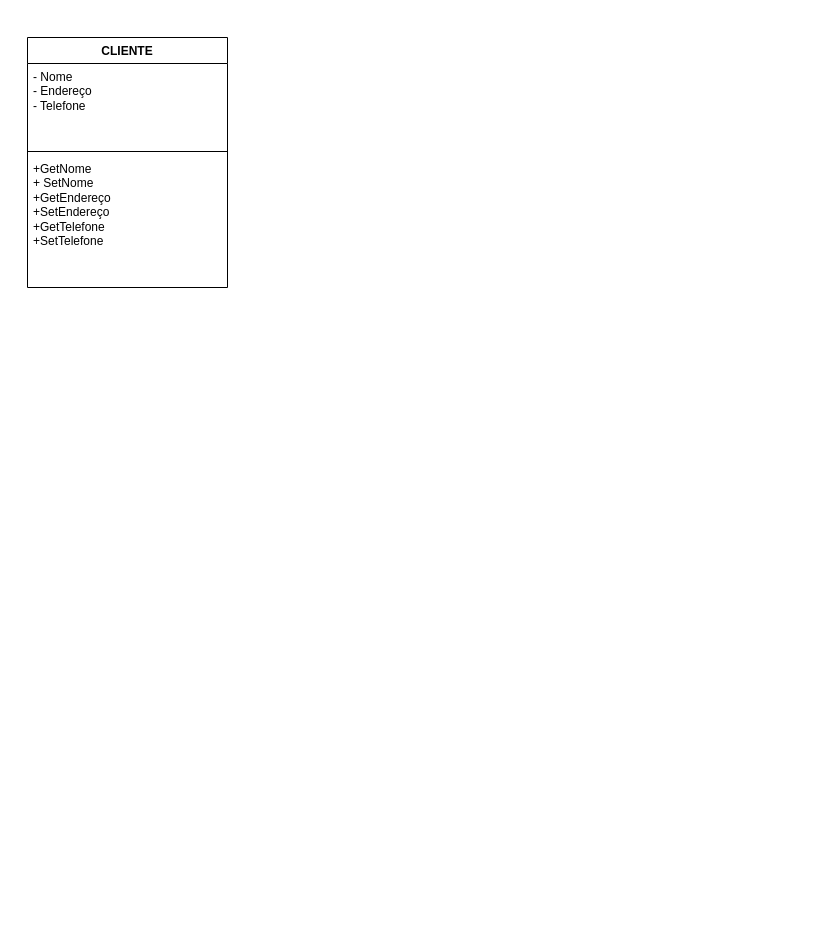
Earlier version of the draw.io diagram doc/classe nome.drawio (pati573022/avatarapp). Source tidied: cells renumbered, new cells numbered last; positions are measured from the earlier drawing's top-left corner, leaving out a move shared by most shapes. Both pictures are drawn from the tidied source at 100%, with x=0, y=0 at pixel (27, 37).
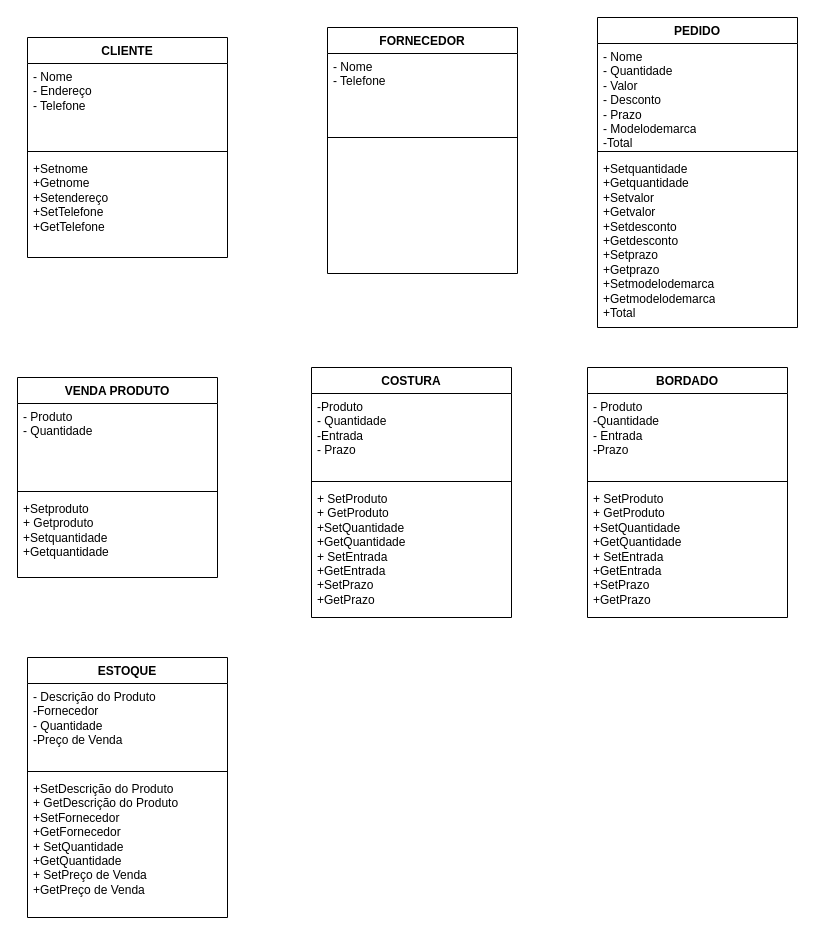
The same page after the edit.

Change to the diagram source:
```diff
@@
     <mxCell id="2" value="CLIENTE" style="swimlane;fontStyle=1;align=center;verticalAlign=top;horizontal=1;startSize=26;whiteSpace=wrap;html=1;" parent="1" vertex="1">
-      <mxGeometry width="200" height="250" as="geometry" />
+      <mxGeometry width="200" height="220" as="geometry" />
     </mxCell>
@@
-    <mxCell id="4" style="line;strokeWidth=1;fillColor=none;align=left;verticalAlign=middle;spacingTop=-1;spacingLeft=3;spacingRight=3;labelPosition=right;strokeColor=inherit;" parent="2" vertex="1">
-      <mxGeometry y="110" width="200" height="8" as="geometry" />
-    </mxCell>
-    <mxCell id="5" value="+GetNome&lt;div&gt;+ SetNome&lt;/div&gt;&lt;div&gt;+GetEndereço&lt;/div&gt;&lt;div&gt;+SetEndereço&lt;/div&gt;&lt;div&gt;+GetTelefone&lt;/div&gt;&lt;div&gt;+SetTelefone&lt;/div&gt;&lt;div&gt;&lt;br&gt;&lt;/div&gt;" style="text;strokeColor=none;fillColor=none;align=left;verticalAlign=top;spacingLeft=4;spacingRight=4;overflow=hidden;whiteSpace=wrap;html=1;" parent="2" vertex="1">
-      <mxGeometry y="118" width="200" height="132" as="geometry" />
-    </mxCell>
+    <mxCell id="6" style="line;strokeWidth=1;fillColor=none;align=left;verticalAlign=middle;spacingTop=-1;spacingLeft=3;spacingRight=3;labelPosition=right;strokeColor=inherit;" parent="2" vertex="1">
+      <mxGeometry y="110" width="200" height="8" as="geometry" />
+    </mxCell>
+    <mxCell id="7" value="&lt;div&gt;+Setnome&lt;/div&gt;&lt;div&gt;+Getnome&lt;/div&gt;&lt;div&gt;+Setendereço&lt;/div&gt;&lt;div&gt;+SetTelefone&lt;/div&gt;&lt;div&gt;+GetTelefone&lt;/div&gt;" style="text;strokeColor=none;fillColor=none;align=left;verticalAlign=top;spacingLeft=4;spacingRight=4;overflow=hidden;whiteSpace=wrap;html=1;" parent="2" vertex="1">
+      <mxGeometry y="118" width="200" height="102" as="geometry" />
+    </mxCell>
+    <mxCell id="8" value="FORNECEDOR" style="swimlane;fontStyle=1;align=center;verticalAlign=top;horizontal=1;startSize=26;whiteSpace=wrap;html=1;" parent="1" vertex="1">
+      <mxGeometry x="300" y="-10" width="190" height="246" as="geometry" />
+    </mxCell>
+    <mxCell id="9" value="- Nome&amp;nbsp;&lt;div&gt;- Telefone&lt;/div&gt;" style="text;strokeColor=none;fillColor=none;align=left;verticalAlign=top;spacingLeft=4;spacingRight=4;overflow=hidden;whiteSpace=wrap;html=1;" parent="8" vertex="1">
+      <mxGeometry y="26" width="190" height="80" as="geometry" />
+    </mxCell>
+    <mxCell id="10" style="line;strokeWidth=1;fillColor=none;align=left;verticalAlign=middle;spacingTop=-1;spacingLeft=3;spacingRight=3;labelPosition=right;strokeColor=inherit;" parent="8" vertex="1">
+      <mxGeometry y="106" width="190" height="8" as="geometry" />
+    </mxCell>
+    <mxCell id="11" value="&lt;div&gt;&lt;br&gt;&lt;/div&gt;" style="text;strokeColor=none;fillColor=none;align=left;verticalAlign=top;spacingLeft=4;spacingRight=4;overflow=hidden;whiteSpace=wrap;html=1;" parent="8" vertex="1">
+      <mxGeometry y="114" width="190" height="132" as="geometry" />
+    </mxCell>
+    <mxCell id="12" value="PEDIDO" style="swimlane;fontStyle=1;align=center;verticalAlign=top;horizontal=1;startSize=26;whiteSpace=wrap;html=1;" parent="1" vertex="1">
+      <mxGeometry x="570" y="-20" width="200" height="310" as="geometry" />
+    </mxCell>
+    <mxCell id="13" value="- Nome&amp;nbsp;&lt;div&gt;- Quantidade&lt;/div&gt;&lt;div&gt;- Valor&lt;/div&gt;&lt;div&gt;- Desconto&lt;/div&gt;&lt;div&gt;- Prazo&lt;/div&gt;&lt;div&gt;- Modelodemarca&lt;/div&gt;&lt;div&gt;-Total&lt;/div&gt;&lt;div&gt;&lt;div&gt;&lt;br&gt;&lt;/div&gt;&lt;div&gt;&lt;br&gt;&lt;/div&gt;&lt;/div&gt;" style="text;strokeColor=none;fillColor=none;align=left;verticalAlign=top;spacingLeft=4;spacingRight=4;overflow=hidden;whiteSpace=wrap;html=1;" parent="12" vertex="1">
+      <mxGeometry y="26" width="200" height="104" as="geometry" />
+    </mxCell>
+    <mxCell id="14" style="line;strokeWidth=1;fillColor=none;align=left;verticalAlign=middle;spacingTop=-1;spacingLeft=3;spacingRight=3;labelPosition=right;strokeColor=inherit;" parent="12" vertex="1">
+      <mxGeometry y="130" width="200" height="8" as="geometry" />
+    </mxCell>
+    <mxCell id="15" value="+Setquantidade&lt;div&gt;+Getquantidade&lt;/div&gt;&lt;div&gt;+Setvalor&lt;/div&gt;&lt;div&gt;+Getvalor&lt;/div&gt;&lt;div&gt;+Setdesconto&lt;/div&gt;&lt;div&gt;+Getdesconto&lt;/div&gt;&lt;div&gt;+Setprazo&lt;/div&gt;&lt;div&gt;+Getprazo&lt;/div&gt;&lt;div&gt;+Setmodelodemarca&lt;/div&gt;&lt;div&gt;+Getmodelodemarca&lt;/div&gt;&lt;div&gt;+Total&lt;/div&gt;&lt;div&gt;&lt;div&gt;&lt;br&gt;&lt;/div&gt;&lt;/div&gt;" style="text;strokeColor=none;fillColor=none;align=left;verticalAlign=top;spacingLeft=4;spacingRight=4;overflow=hidden;whiteSpace=wrap;html=1;" parent="12" vertex="1">
+      <mxGeometry y="138" width="200" height="172" as="geometry" />
+    </mxCell>
+    <mxCell id="16" value="VENDA PRODUTO" style="swimlane;fontStyle=1;align=center;verticalAlign=top;horizontal=1;startSize=26;whiteSpace=wrap;html=1;" parent="1" vertex="1">
+      <mxGeometry x="-10" y="340" width="200" height="200" as="geometry" />
+    </mxCell>
+    <mxCell id="17" value="- Produto&lt;div&gt;- Quantidade&lt;/div&gt;" style="text;strokeColor=none;fillColor=none;align=left;verticalAlign=top;spacingLeft=4;spacingRight=4;overflow=hidden;whiteSpace=wrap;html=1;" parent="16" vertex="1">
+      <mxGeometry y="26" width="200" height="84" as="geometry" />
+    </mxCell>
+    <mxCell id="18" style="line;strokeWidth=1;fillColor=none;align=left;verticalAlign=middle;spacingTop=-1;spacingLeft=3;spacingRight=3;labelPosition=right;strokeColor=inherit;" parent="16" vertex="1">
+      <mxGeometry y="110" width="200" height="8" as="geometry" />
+    </mxCell>
+    <mxCell id="19" value="&lt;div&gt;+Setproduto&lt;/div&gt;&lt;div&gt;+ Getproduto&lt;/div&gt;&lt;div&gt;+Setquantidade&lt;/div&gt;&lt;div&gt;+Getquantidade&lt;/div&gt;" style="text;strokeColor=none;fillColor=none;align=left;verticalAlign=top;spacingLeft=4;spacingRight=4;overflow=hidden;whiteSpace=wrap;html=1;" parent="16" vertex="1">
+      <mxGeometry y="118" width="200" height="82" as="geometry" />
+    </mxCell>
+    <mxCell id="20" value="COSTURA" style="swimlane;fontStyle=1;align=center;verticalAlign=top;horizontal=1;startSize=26;whiteSpace=wrap;html=1;" parent="1" vertex="1">
+      <mxGeometry x="284" y="330" width="200" height="250" as="geometry" />
+    </mxCell>
+    <mxCell id="21" value="-Produto&lt;div&gt;- Quantidade&lt;/div&gt;&lt;div&gt;-Entrada&lt;/div&gt;&lt;div&gt;- Prazo&lt;/div&gt;" style="text;strokeColor=none;fillColor=none;align=left;verticalAlign=top;spacingLeft=4;spacingRight=4;overflow=hidden;whiteSpace=wrap;html=1;" parent="20" vertex="1">
+      <mxGeometry y="26" width="200" height="84" as="geometry" />
+    </mxCell>
+    <mxCell id="22" style="line;strokeWidth=1;fillColor=none;align=left;verticalAlign=middle;spacingTop=-1;spacingLeft=3;spacingRight=3;labelPosition=right;strokeColor=inherit;" parent="20" vertex="1">
+      <mxGeometry y="110" width="200" height="8" as="geometry" />
+    </mxCell>
+    <mxCell id="23" value="&lt;div&gt;+ SetProduto&lt;/div&gt;&lt;div&gt;+ GetProduto&lt;/div&gt;&lt;div&gt;+SetQuantidade&lt;/div&gt;&lt;div&gt;+GetQuantidade&lt;/div&gt;&lt;div&gt;+ SetEntrada&lt;/div&gt;&lt;div&gt;+GetEntrada&lt;/div&gt;&lt;div&gt;+SetPrazo&lt;/div&gt;&lt;div&gt;+GetPrazo&lt;/div&gt;&lt;div&gt;&lt;br&gt;&lt;/div&gt;" style="text;strokeColor=none;fillColor=none;align=left;verticalAlign=top;spacingLeft=4;spacingRight=4;overflow=hidden;whiteSpace=wrap;html=1;" parent="20" vertex="1">
+      <mxGeometry y="118" width="200" height="132" as="geometry" />
+    </mxCell>
+    <mxCell id="24" value="BORDADO" style="swimlane;fontStyle=1;align=center;verticalAlign=top;horizontal=1;startSize=26;whiteSpace=wrap;html=1;" parent="1" vertex="1">
+      <mxGeometry x="560" y="330" width="200" height="250" as="geometry" />
+    </mxCell>
+    <mxCell id="25" value="- Produto&lt;div&gt;-Quantidade&lt;/div&gt;&lt;div&gt;- Entrada&lt;/div&gt;&lt;div&gt;-Prazo&lt;/div&gt;" style="text;strokeColor=none;fillColor=none;align=left;verticalAlign=top;spacingLeft=4;spacingRight=4;overflow=hidden;whiteSpace=wrap;html=1;" parent="24" vertex="1">
+      <mxGeometry y="26" width="200" height="84" as="geometry" />
+    </mxCell>
+    <mxCell id="26" style="line;strokeWidth=1;fillColor=none;align=left;verticalAlign=middle;spacingTop=-1;spacingLeft=3;spacingRight=3;labelPosition=right;strokeColor=inherit;" parent="24" vertex="1">
+      <mxGeometry y="110" width="200" height="8" as="geometry" />
+    </mxCell>
+    <mxCell id="27" value="&lt;div&gt;+ SetProduto&lt;/div&gt;&lt;div&gt;+ GetProduto&lt;/div&gt;&lt;div&gt;+SetQuantidade&lt;/div&gt;&lt;div&gt;+GetQuantidade&lt;/div&gt;&lt;div&gt;+ SetEntrada&lt;/div&gt;&lt;div&gt;+GetEntrada&lt;/div&gt;&lt;div&gt;+SetPrazo&lt;/div&gt;&lt;div&gt;+GetPrazo&lt;/div&gt;&lt;div&gt;&lt;br&gt;&lt;/div&gt;" style="text;strokeColor=none;fillColor=none;align=left;verticalAlign=top;spacingLeft=4;spacingRight=4;overflow=hidden;whiteSpace=wrap;html=1;" parent="24" vertex="1">
+      <mxGeometry y="118" width="200" height="132" as="geometry" />
+    </mxCell>
+    <mxCell id="28" value="ESTOQUE" style="swimlane;fontStyle=1;align=center;verticalAlign=top;horizontal=1;startSize=26;whiteSpace=wrap;html=1;" parent="1" vertex="1">
+      <mxGeometry y="620" width="200" height="260" as="geometry" />
+    </mxCell>
+    <mxCell id="29" value="- Descrição do Produto&lt;div&gt;-Fornecedor&lt;/div&gt;&lt;div&gt;- Quantidade&lt;/div&gt;&lt;div&gt;-Preço de Venda&lt;/div&gt;" style="text;strokeColor=none;fillColor=none;align=left;verticalAlign=top;spacingLeft=4;spacingRight=4;overflow=hidden;whiteSpace=wrap;html=1;" parent="28" vertex="1">
+      <mxGeometry y="26" width="200" height="84" as="geometry" />
+    </mxCell>
+    <mxCell id="30" style="line;strokeWidth=1;fillColor=none;align=left;verticalAlign=middle;spacingTop=-1;spacingLeft=3;spacingRight=3;labelPosition=right;strokeColor=inherit;" parent="28" vertex="1">
+      <mxGeometry y="110" width="200" height="8" as="geometry" />
+    </mxCell>
+    <mxCell id="31" value="+SetDescrição do Produto&lt;div&gt;+ GetDescrição do Produto&lt;/div&gt;&lt;div&gt;+SetFornecedor&lt;/div&gt;&lt;div&gt;+GetFornecedor&lt;/div&gt;&lt;div&gt;+ SetQuantidade&lt;/div&gt;&lt;div&gt;+GetQuantidade&lt;/div&gt;&lt;div&gt;+ SetPreço de Venda&lt;/div&gt;&lt;div&gt;+GetPreço de Venda&lt;/div&gt;&lt;div&gt;&lt;br&gt;&lt;/div&gt;" style="text;strokeColor=none;fillColor=none;align=left;verticalAlign=top;spacingLeft=4;spacingRight=4;overflow=hidden;whiteSpace=wrap;html=1;" parent="28" vertex="1">
+      <mxGeometry y="118" width="200" height="142" as="geometry" />
+    </mxCell>
```
